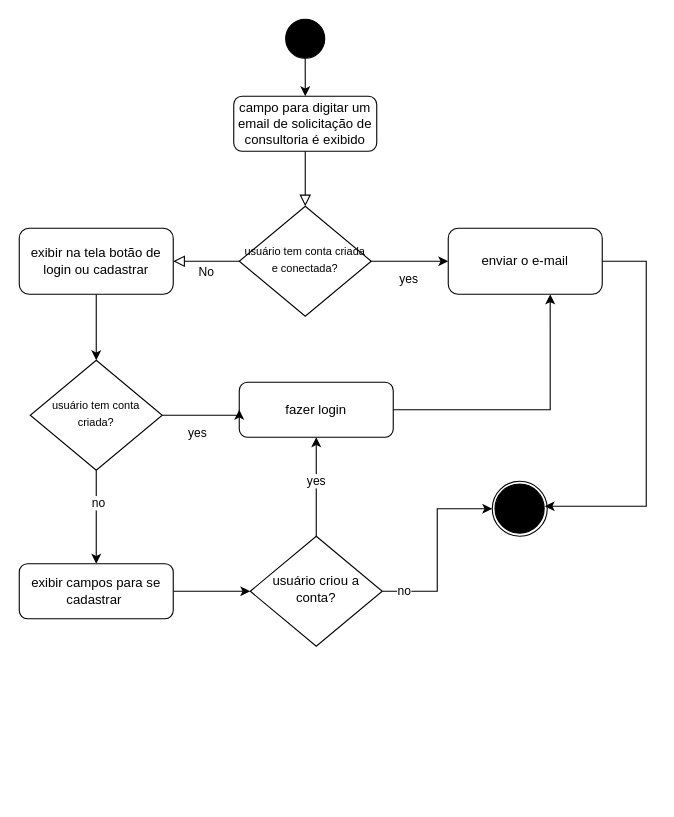
The draw.io diagram page "Página-4" (4 of 7) of Diagrama sem nome.drawio in devguina/CEFET-Software_Engineering, before the edit. Source tidied: cells renumbered, new cells numbered last; positions are measured from the earlier drawing's top-left corner, leaving out a move shared by most shapes. Both pictures are drawn from the tidied source at 110%, with x=0, y=0 at pixel (19, 19).
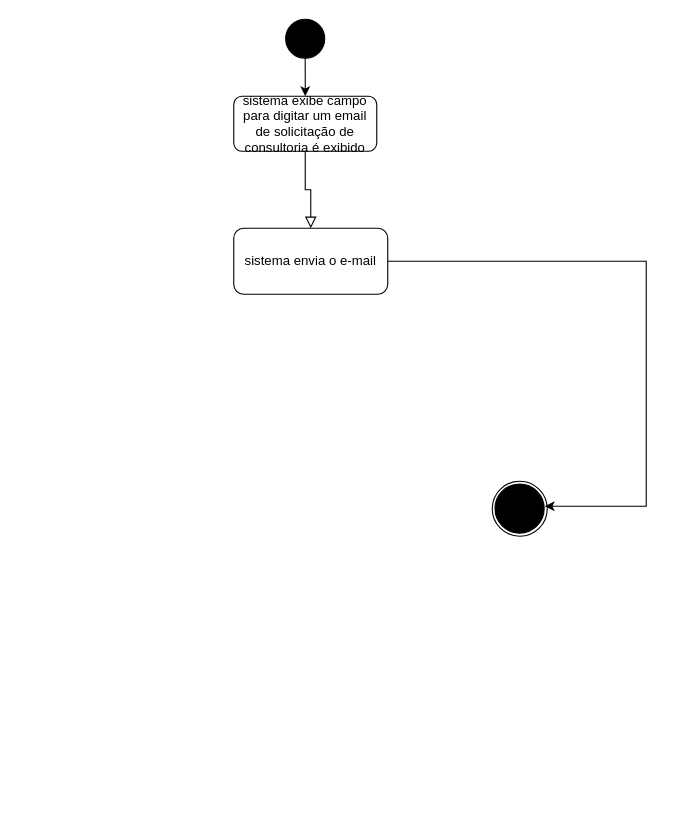
Above is the later version.

Unchanged cells that the change refers to:
```xml
<mxCell id="28" style="ellipse;shape=doubleEllipse;whiteSpace=wrap;html=1;fillColor=none;" parent="26" vertex="1">
  <mxGeometry width="50" height="50" as="geometry" />
</mxCell>
```

What changed in the source:
```diff
@@
-    <mxCell id="3" style="rounded=0;html=1;jettySize=auto;fontSize=11;endArrow=block;endFill=0;endSize=8;strokeWidth=1;shadow=0;labelBackgroundColor=none;edgeStyle=orthogonalEdgeStyle;" parent="1" edge="1" source="4" target="8">
+    <mxCell id="3" style="rounded=0;html=1;jettySize=auto;fontSize=11;endArrow=block;endFill=0;endSize=8;strokeWidth=1;shadow=0;labelBackgroundColor=none;edgeStyle=orthogonalEdgeStyle;" parent="1" edge="1" source="4" target="15">
       <mxGeometry relative="1" as="geometry" />
     </mxCell>
-    <mxCell id="4" value="campo para digitar um email de solicitação de consultoria é exibido" style="rounded=1;whiteSpace=wrap;html=1;fontSize=12;glass=0;strokeWidth=1;shadow=0;" parent="1" vertex="1">
+    <mxCell id="4" value="sistema exibe campo para digitar um email de solicitação de consultoria é exibido" style="rounded=1;whiteSpace=wrap;html=1;fontSize=12;glass=0;strokeWidth=1;shadow=0;" parent="1" vertex="1">
       <mxGeometry x="195" y="70" width="130" height="50" as="geometry" />
     </mxCell>
-    <mxCell id="5" value="No" style="edgeStyle=orthogonalEdgeStyle;rounded=0;html=1;jettySize=auto;fontSize=11;endArrow=block;endFill=0;endSize=8;strokeWidth=1;shadow=0;labelBackgroundColor=none;" parent="1" edge="1" source="8" target="10">
-      <mxGeometry y="10" relative="1" as="geometry" />
-    </mxCell>
-    <mxCell id="6" style="edgeStyle=orthogonalEdgeStyle;rounded=0;jettySize=auto;html=1;" parent="1" edge="1" source="8" target="15">
-      <mxGeometry relative="1" as="geometry" />
-    </mxCell>
-    <mxCell id="7" value="yes" style="edgeLabel;html=1;align=center;verticalAlign=middle;" parent="6" vertex="1">
-      <mxGeometry x="-0.07" y="-15" relative="1" as="geometry" />
-    </mxCell>
-    <mxCell id="8" value="&lt;font size=&quot;1&quot;&gt;usuário tem conta criada e conectada?&lt;/font&gt;" style="rhombus;whiteSpace=wrap;html=1;shadow=0;fontFamily=Helvetica;fontSize=12;align=center;strokeWidth=1;spacing=6;spacingTop=-4;" parent="1" vertex="1">
-      <mxGeometry x="200" y="170" width="120" height="100" as="geometry" />
-    </mxCell>
-    <mxCell id="9" style="edgeStyle=orthogonalEdgeStyle;rounded=0;jettySize=auto;html=1;entryX=0.5;entryY=0;entryDx=0;entryDy=0;" parent="1" edge="1" source="10" target="24">
-      <mxGeometry relative="1" as="geometry" />
-    </mxCell>
-    <mxCell id="10" value="exibir na tela botão de login ou cadastrar" style="rounded=1;whiteSpace=wrap;html=1;fontSize=12;glass=0;strokeWidth=1;shadow=0;" parent="1" vertex="1">
-      <mxGeometry y="190" width="140" height="60" as="geometry" />
-    </mxCell>
-    <mxCell id="11" value="fazer login" style="rounded=1;whiteSpace=wrap;html=1;fontSize=12;glass=0;strokeWidth=1;shadow=0;" parent="1" vertex="1">
-      <mxGeometry x="200" y="330" width="140" height="50" as="geometry" />
-    </mxCell>
@@
-    <mxCell id="15" value="enviar o e-mail" style="rounded=1;whiteSpace=wrap;html=1;fontSize=12;glass=0;strokeWidth=1;shadow=0;" parent="1" vertex="1">
-      <mxGeometry x="390" y="190" width="140" height="60" as="geometry" />
+    <mxCell id="15" value="sistema envia o e-mail" style="rounded=1;whiteSpace=wrap;html=1;fontSize=12;glass=0;strokeWidth=1;shadow=0;" parent="1" vertex="1">
+      <mxGeometry x="195" y="190" width="140" height="60" as="geometry" />
     </mxCell>
-    <mxCell id="16" style="edgeStyle=orthogonalEdgeStyle;rounded=0;jettySize=auto;html=1;entryX=0.5;entryY=1;entryDx=0;entryDy=0;" parent="1" edge="1" source="20" target="11">
-      <mxGeometry relative="1" as="geometry" />
-    </mxCell>
-    <mxCell id="17" value="yes" style="edgeLabel;html=1;align=center;verticalAlign=middle;" parent="16" vertex="1">
-      <mxGeometry x="0.13" y="1" relative="1" as="geometry" />
-    </mxCell>
-    <mxCell id="18" style="edgeStyle=orthogonalEdgeStyle;rounded=0;jettySize=auto;html=1;" parent="1" edge="1" source="20" target="28">
-      <mxGeometry relative="1" as="geometry" />
-    </mxCell>
-    <mxCell id="19" value="no" style="edgeLabel;html=1;align=center;verticalAlign=middle;" parent="18" vertex="1">
-      <mxGeometry x="-0.78" y="1" relative="1" as="geometry" />
-    </mxCell>
-    <mxCell id="20" value="usuário criou a conta?" style="rhombus;whiteSpace=wrap;html=1;shadow=0;fontFamily=Helvetica;fontSize=12;align=center;strokeWidth=1;spacing=6;spacingTop=-4;" parent="1" vertex="1">
-      <mxGeometry x="210" y="470" width="120" height="100" as="geometry" />
-    </mxCell>
-    <mxCell id="21" style="edgeStyle=orthogonalEdgeStyle;rounded=0;jettySize=auto;html=1;entryX=0;entryY=0.5;entryDx=0;entryDy=0;" parent="1" edge="1" source="24" target="11">
-      <mxGeometry relative="1" as="geometry">
-        <Array as="points">
-          <mxPoint x="200" y="360" />
-        </Array>
-      </mxGeometry>
-    </mxCell>
-    <mxCell id="22" value="yes" style="edgeLabel;html=1;align=center;verticalAlign=middle;" parent="21" vertex="1">
-      <mxGeometry x="-0.18" y="-15" relative="1" as="geometry" />
-    </mxCell>
-    <mxCell id="23" style="edgeStyle=orthogonalEdgeStyle;rounded=0;jettySize=auto;html=1;" parent="1" edge="1" source="31" target="20">
-      <mxGeometry relative="1" as="geometry">
-        <Array as="points">
-          <mxPoint x="70" y="520" />
-        </Array>
-      </mxGeometry>
-    </mxCell>
-    <mxCell id="24" value="&lt;font size=&quot;1&quot;&gt;usuário tem conta criada?&lt;/font&gt;" style="rhombus;whiteSpace=wrap;html=1;shadow=0;fontFamily=Helvetica;fontSize=12;align=center;strokeWidth=1;spacing=6;spacingTop=-4;" parent="1" vertex="1">
-      <mxGeometry x="10" y="310" width="120" height="100" as="geometry" />
-    </mxCell>
-    <mxCell id="25" style="edgeStyle=orthogonalEdgeStyle;rounded=0;jettySize=auto;html=1;entryX=0.662;entryY=1.002;entryDx=0;entryDy=0;entryPerimeter=0;" parent="1" edge="1" source="11" target="15">
-      <mxGeometry relative="1" as="geometry" />
-    </mxCell>
@@
-    <mxCell id="29" style="edgeStyle=orthogonalEdgeStyle;rounded=0;jettySize=auto;html=1;" parent="1" edge="1" source="24" target="31">
-      <mxGeometry relative="1" as="geometry" />
-    </mxCell>
-    <mxCell id="30" value="no" style="edgeLabel;html=1;align=center;verticalAlign=middle;" parent="29" vertex="1">
-      <mxGeometry x="-0.31" y="1" relative="1" as="geometry" />
-    </mxCell>
-    <mxCell id="31" value="exibir campos para se cadastrar&amp;nbsp;" style="rounded=1;whiteSpace=wrap;html=1;fontSize=12;glass=0;strokeWidth=1;shadow=0;" parent="1" vertex="1">
-      <mxGeometry y="495" width="140" height="50" as="geometry" />
-    </mxCell>
```
